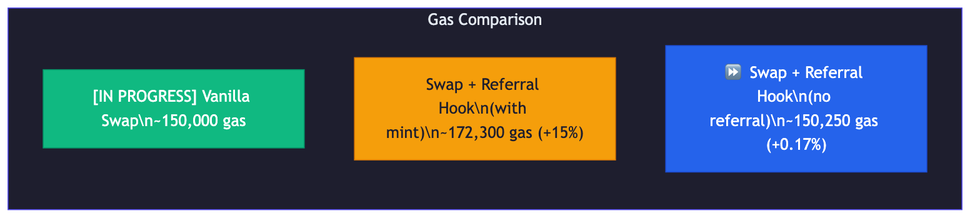
Above: docs/diagrams/SYSTEM_DESIGN_8.png in guglxni/the-fixer-hook (Mermaid), before the change. Its source is kept beside it as docs/diagrams/SYSTEM_DESIGN_8.mmd. Its diagram source:
```mermaid
%%{init: {'theme': 'neutral', 'themeVariables': { 'primaryColor': '#2563eb', 'primaryTextColor': '#1e293b', 'primaryBorderColor': '#3b82f6', 'lineColor': '#64748b', 'secondaryColor': '#f1f5f9', 'tertiaryColor': '#e2e8f0'}}}%%
flowchart LR
        direction TB
        A["[IN PROGRESS] Vanilla Swap\n~150,000 gas"]
        B["Swap + Referral Hook\n(with mint)\n~172,300 gas (+15%)"]
        C[" Swap + Referral Hook\n(no referral)\n~150,250 gas (+0.17%)"]
    end
    style A fill:#10B981,color:#FFFFFF,stroke:#059669
    style B fill:#F59E0B,color:#1E1E2E,stroke:#D97706
    style C fill:#2563EB,color:#FFFFFF,stroke:#1D4ED8
    style gas fill:#1E1E2E,color:#E2E8F0,stroke:#4F46E5
```
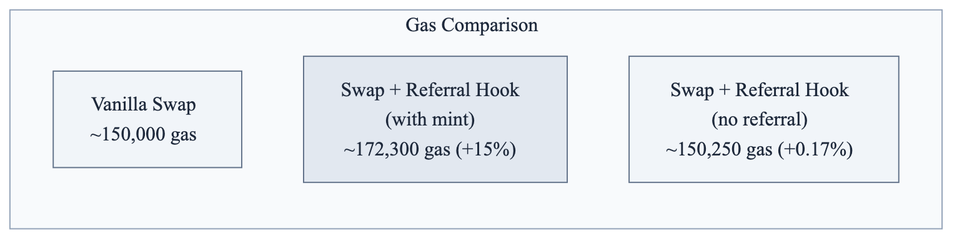
After the commit.

Diff of the diagram source:
```diff
@@ -1,11 +1,13 @@
-%%{init: {'theme': 'neutral', 'themeVariables': { 'primaryColor': '#2563eb', 'primaryTextColor': '#1e293b', 'primaryBorderColor': '#3b82f6', 'lineColor': '#64748b', 'secondaryColor': '#f1f5f9', 'tertiaryColor': '#e2e8f0'}}}%%
+%%{init: {'theme': 'neutral', 'themeVariables': {'fontFamily': 'Inter, system-ui, sans-serif'}}}%%
 flowchart LR
+    subgraph gas["Gas Comparison"]
         direction TB
-        A["[IN PROGRESS] Vanilla Swap\n~150,000 gas"]
-        B["Swap + Referral Hook\n(with mint)\n~172,300 gas (+15%)"]
-        C[" Swap + Referral Hook\n(no referral)\n~150,250 gas (+0.17%)"]
+        A["Vanilla Swap<br/>~150,000 gas"]
+        B["Swap + Referral Hook<br/>(with mint)<br/>~172,300 gas (+15%)"]
+        C["Swap + Referral Hook<br/>(no referral)<br/>~150,250 gas (+0.17%)"]
     end
-    style A fill:#10B981,color:#FFFFFF,stroke:#059669
-    style B fill:#F59E0B,color:#1E1E2E,stroke:#D97706
-    style C fill:#2563EB,color:#FFFFFF,stroke:#1D4ED8
-    style gas fill:#1E1E2E,color:#E2E8F0,stroke:#4F46E5
+
+    style gas fill:#f8fafc,stroke:#94a3b8,color:#1e293b
+    style A fill:#f1f5f9,color:#1e293b,stroke:#64748b
+    style B fill:#e2e8f0,color:#1e293b,stroke:#64748b
+    style C fill:#f1f5f9,color:#1e293b,stroke:#64748b
```
